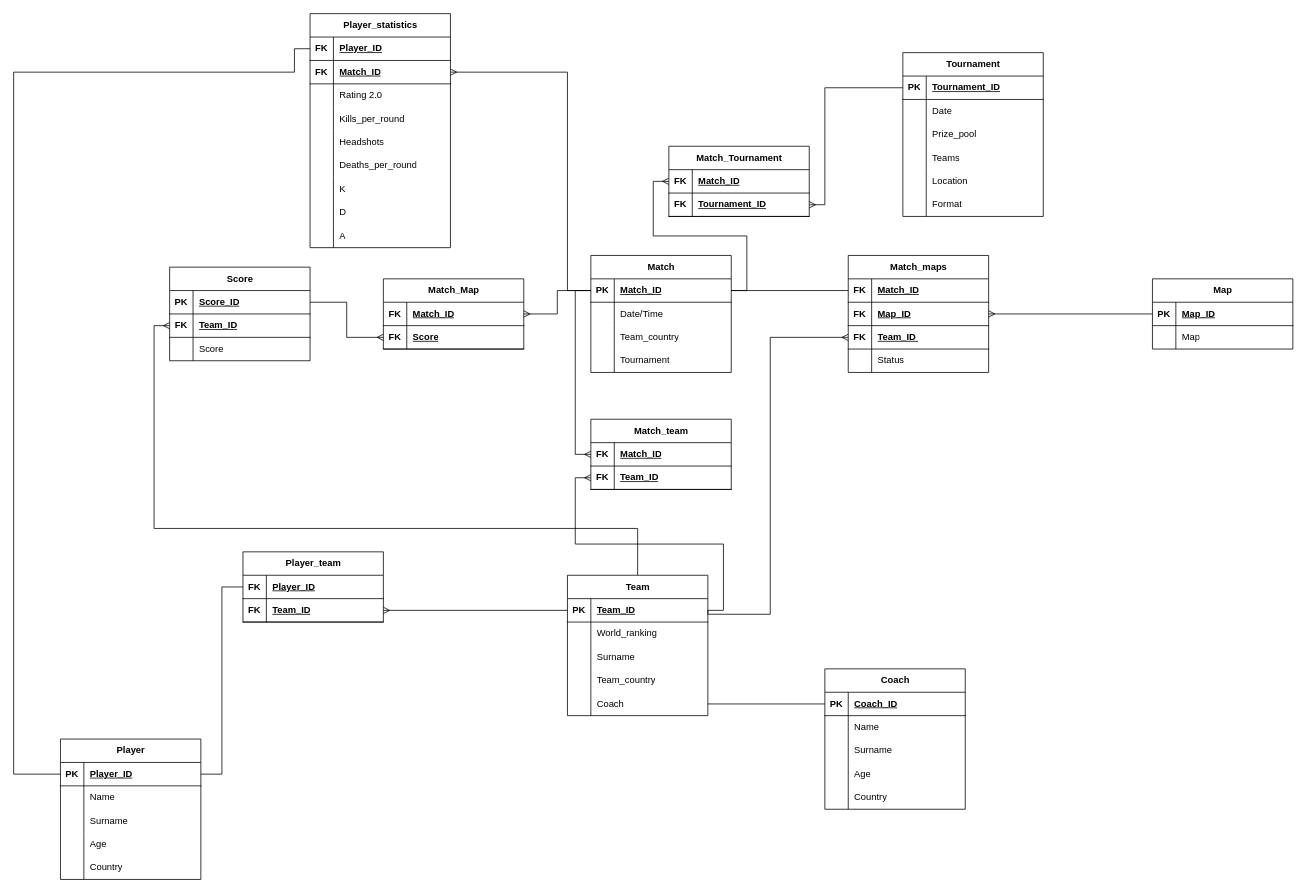
Above: page "Страница 1" (1 of 8) of Киберспортивная статистика.drawio in Tilewq/- (draw.io), before the change. Source tidied: cells renumbered, new cells numbered last; positions are measured from the earlier drawing's top-left corner, leaving out a move shared by most shapes. Both pictures are drawn from the tidied source at 78%, with x=0, y=0 at pixel (13, 13).
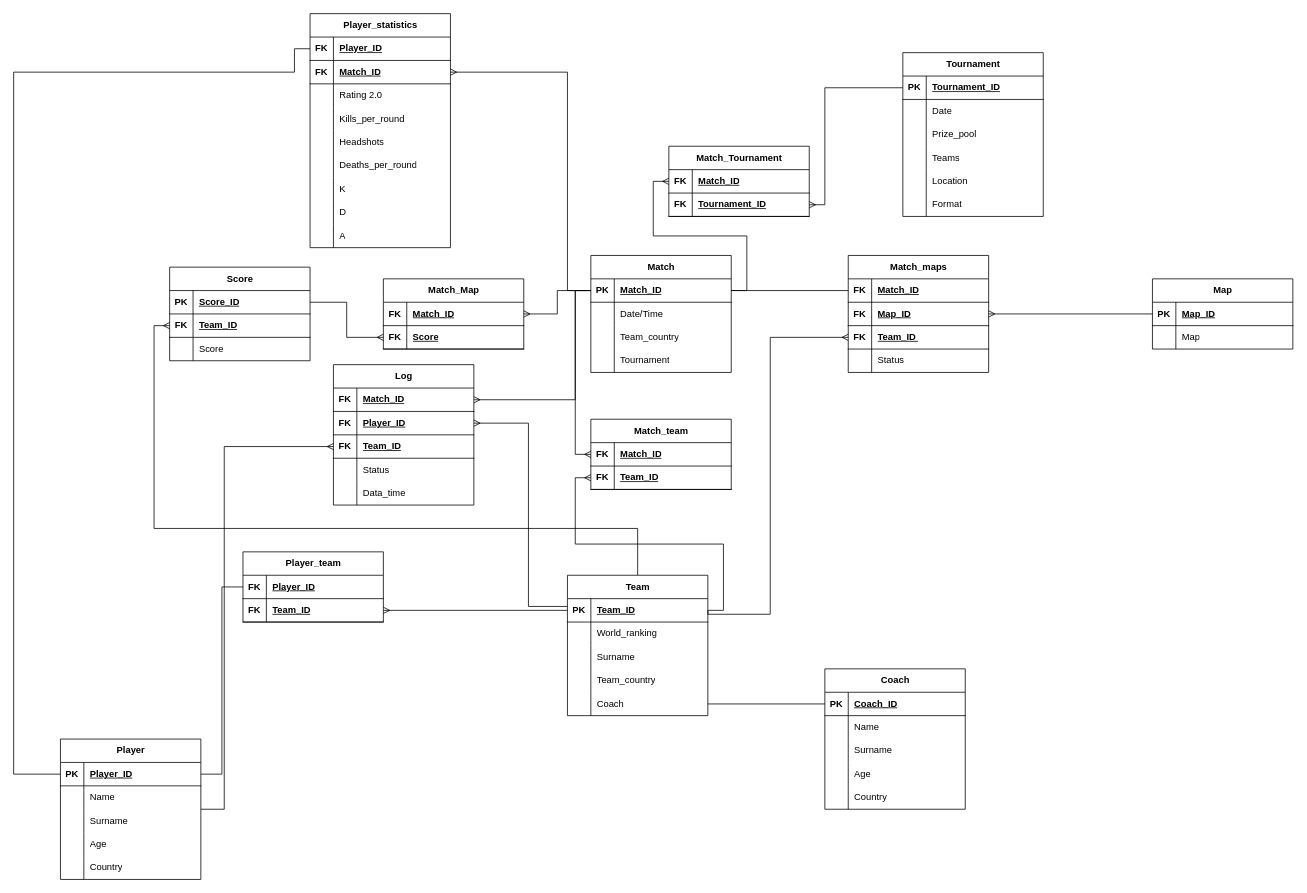
The same diagram, later.

Unchanged cells that the change refers to:
```xml
<mxCell id="2" value="Player" style="shape=table;startSize=30;childLayout=tableLayout;rowLines=0;fontStyle=1;align=center;html=1;" parent="1" vertex="1">
  <mxGeometry x="60" y="930" width="180" height="180" as="geometry" />
</mxCell>
<mxCell id="50" value="Team" style="shape=table;startSize=30;childLayout=tableLayout;rowLines=0;fontStyle=1;align=center;html=1;" parent="1" vertex="1">
  <mxGeometry x="710" y="720" width="180" height="180" as="geometry" />
</mxCell>
<mxCell id="93" style="shape=tableRow;horizontal=0;startSize=0;swimlaneHead=0;swimlaneBody=0;fillColor=none;points=[[0,0.5],[1,0.5]];portConstraint=eastwest;top=0;left=0;right=0;bottom=1;" parent="92" vertex="1">
  <mxGeometry y="30" width="180" height="30" as="geometry" />
</mxCell>
```

The edit, as a diff of the source:
```diff
@@
+    <mxCell id="183" style="edgeStyle=orthogonalEdgeStyle;rounded=0;jettySize=auto;html=1;entryX=0;entryY=0.5;entryDx=0;entryDy=0;endArrow=ERmany;endFill=0;" parent="1" edge="1" source="2" target="193">
+      <mxGeometry relative="1" as="geometry">
+        <Array as="points">
+          <mxPoint x="270" y="1020" />
+          <mxPoint x="270" y="555" />
+        </Array>
+      </mxGeometry>
+    </mxCell>
@@
+    <mxCell id="184" style="edgeStyle=orthogonalEdgeStyle;rounded=0;jettySize=auto;html=1;entryX=1;entryY=0.5;entryDx=0;entryDy=0;endArrow=ERmany;endFill=0;" parent="1" edge="1" source="50" target="190">
+      <mxGeometry relative="1" as="geometry">
+        <Array as="points">
+          <mxPoint x="660" y="760" />
+          <mxPoint x="660" y="525" />
+        </Array>
+      </mxGeometry>
+    </mxCell>
@@
+    <mxCell id="185" style="edgeStyle=orthogonalEdgeStyle;rounded=0;jettySize=auto;html=1;entryX=1;entryY=0.5;entryDx=0;entryDy=0;exitX=0;exitY=0.5;exitDx=0;exitDy=0;endArrow=ERmany;endFill=0;" parent="1" edge="1" source="93" target="187">
+      <mxGeometry relative="1" as="geometry">
+        <Array as="points">
+          <mxPoint x="720" y="355" />
+          <mxPoint x="720" y="495" />
+        </Array>
+      </mxGeometry>
+    </mxCell>
@@
+    <mxCell id="186" value="Log" style="shape=table;startSize=30;childLayout=tableLayout;rowLines=0;fontStyle=1;align=center;html=1;" parent="1" vertex="1">
+      <mxGeometry x="410" y="450" width="180" height="180" as="geometry" />
+    </mxCell>
+    <mxCell id="187" style="shape=tableRow;horizontal=0;startSize=0;swimlaneHead=0;swimlaneBody=0;fillColor=none;points=[[0,0.5],[1,0.5]];portConstraint=eastwest;top=0;left=0;right=0;bottom=1;" parent="186" vertex="1">
+      <mxGeometry y="30" width="180" height="30" as="geometry" />
+    </mxCell>
+    <mxCell id="188" value="FK" style="shape=partialRectangle;fillColor=none;top=0;left=0;bottom=0;right=0;fontStyle=1;overflow=hidden;whiteSpace=wrap;html=1;" parent="187" vertex="1">
+      <mxGeometry width="30" height="30" as="geometry" />
+    </mxCell>
+    <mxCell id="189" value="Match_ID" style="shape=partialRectangle;fillColor=none;top=0;left=0;bottom=0;right=0;align=left;spacingLeft=6;fontStyle=5;overflow=hidden;whiteSpace=wrap;html=1;" parent="187" vertex="1">
+      <mxGeometry x="30" width="150" height="30" as="geometry" />
+    </mxCell>
+    <mxCell id="190" style="shape=tableRow;horizontal=0;startSize=0;swimlaneHead=0;swimlaneBody=0;fillColor=none;points=[[0,0.5],[1,0.5]];portConstraint=eastwest;top=0;left=0;right=0;bottom=1;" parent="186" vertex="1">
+      <mxGeometry y="60" width="180" height="30" as="geometry" />
+    </mxCell>
+    <mxCell id="191" value="FK" style="shape=partialRectangle;fillColor=none;top=0;left=0;bottom=0;right=0;fontStyle=1;overflow=hidden;whiteSpace=wrap;html=1;" parent="190" vertex="1">
+      <mxGeometry width="30" height="30" as="geometry" />
+    </mxCell>
+    <mxCell id="192" value="Player_ID" style="shape=partialRectangle;fillColor=none;top=0;left=0;bottom=0;right=0;align=left;spacingLeft=6;fontStyle=5;overflow=hidden;whiteSpace=wrap;html=1;" parent="190" vertex="1">
+      <mxGeometry x="30" width="150" height="30" as="geometry" />
+    </mxCell>
+    <mxCell id="193" style="shape=tableRow;horizontal=0;startSize=0;swimlaneHead=0;swimlaneBody=0;fillColor=none;points=[[0,0.5],[1,0.5]];portConstraint=eastwest;top=0;left=0;right=0;bottom=1;" parent="186" vertex="1">
+      <mxGeometry y="90" width="180" height="30" as="geometry" />
+    </mxCell>
+    <mxCell id="194" value="FK" style="shape=partialRectangle;fillColor=none;top=0;left=0;bottom=0;right=0;fontStyle=1;overflow=hidden;whiteSpace=wrap;html=1;" parent="193" vertex="1">
+      <mxGeometry width="30" height="30" as="geometry" />
+    </mxCell>
+    <mxCell id="195" value="Team_ID" style="shape=partialRectangle;fillColor=none;top=0;left=0;bottom=0;right=0;align=left;spacingLeft=6;fontStyle=5;overflow=hidden;whiteSpace=wrap;html=1;" parent="193" vertex="1">
+      <mxGeometry x="30" width="150" height="30" as="geometry" />
+    </mxCell>
+    <mxCell id="196" style="shape=tableRow;horizontal=0;startSize=0;swimlaneHead=0;swimlaneBody=0;fillColor=none;top=0;left=0;right=0;bottom=0;" parent="186" vertex="1">
+      <mxGeometry y="120" width="180" height="30" as="geometry" />
+    </mxCell>
+    <mxCell id="197" style="shape=partialRectangle;fillColor=none;top=0;left=0;bottom=0;right=0;overflow=hidden;whiteSpace=wrap;html=1;" parent="196" vertex="1">
+      <mxGeometry width="30" height="30" as="geometry" />
+    </mxCell>
+    <mxCell id="198" value="Status" style="shape=partialRectangle;fillColor=none;top=0;left=0;bottom=0;right=0;align=left;spacingLeft=6;overflow=hidden;whiteSpace=wrap;html=1;" parent="196" vertex="1">
+      <mxGeometry x="30" width="150" height="30" as="geometry" />
+    </mxCell>
+    <mxCell id="199" style="shape=tableRow;horizontal=0;startSize=0;swimlaneHead=0;swimlaneBody=0;fillColor=none;top=0;left=0;right=0;bottom=0;" parent="186" vertex="1">
+      <mxGeometry y="150" width="180" height="30" as="geometry" />
+    </mxCell>
+    <mxCell id="200" style="shape=partialRectangle;fillColor=none;top=0;left=0;bottom=0;right=0;overflow=hidden;whiteSpace=wrap;html=1;" parent="199" vertex="1">
+      <mxGeometry width="30" height="30" as="geometry" />
+    </mxCell>
+    <mxCell id="201" value="Data_time" style="shape=partialRectangle;fillColor=none;top=0;left=0;bottom=0;right=0;align=left;spacingLeft=6;overflow=hidden;whiteSpace=wrap;html=1;" parent="199" vertex="1">
+      <mxGeometry x="30" width="150" height="30" as="geometry" />
+    </mxCell>
```
